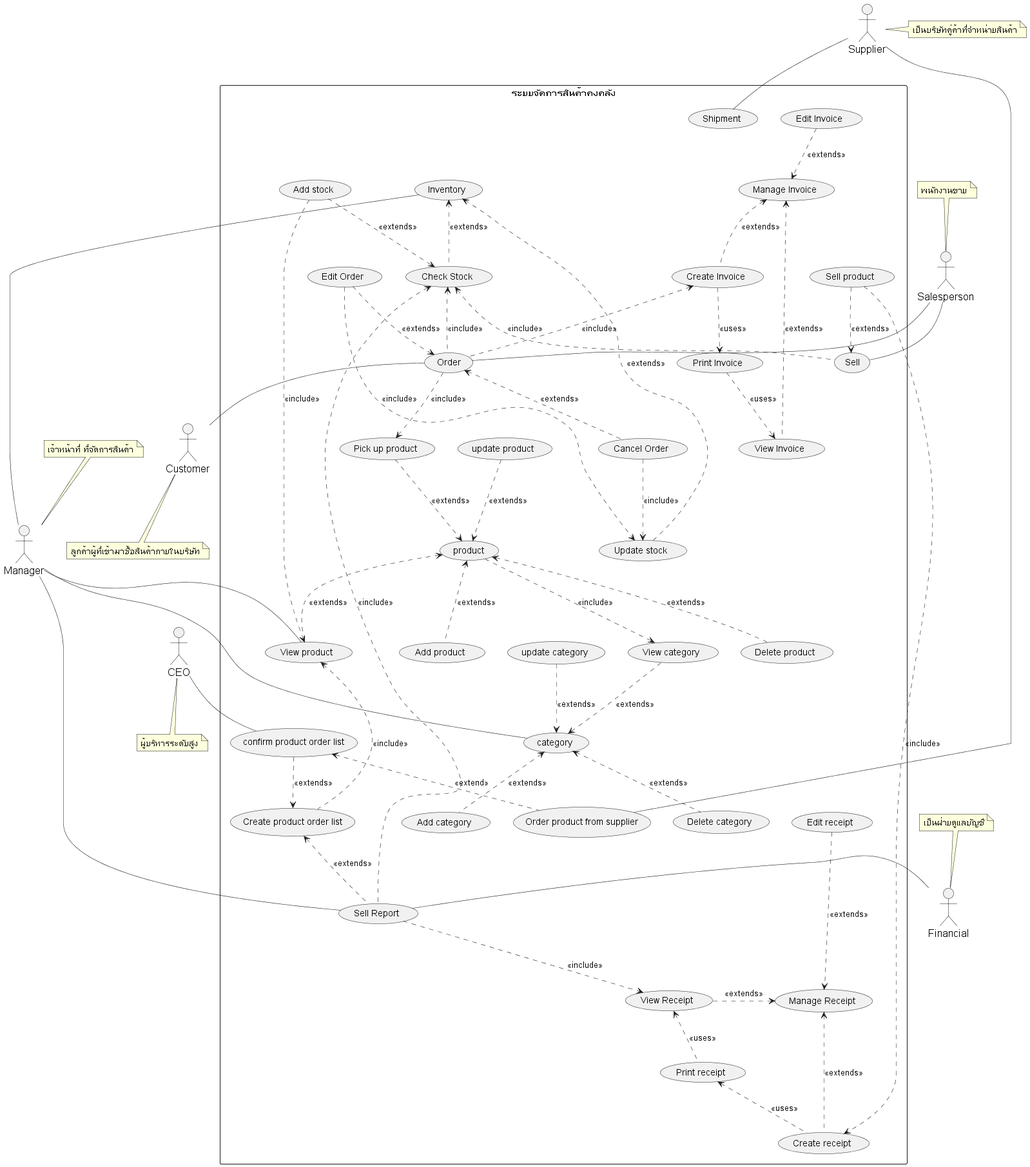
This is out/system-analysis/usecase-diagram/usecase-diagram/usecase-diagram.png from billowdev/inventory-system-plantuml-sequelize-seeder-example, a PlantUML export, as it was before one commit. Source of this version:
```plantuml
@startuml
skinparam sequence {

    ParticipantFontName Thai
    ParticipantFontSize 16

    ActorFontColor black
    ActorFontSize 16
    ActorFontName Thai
}



skinparam Arrow{
    Thickness .6
}
skinparam Participant{
    FontColor #efefef
    BorderColor #c0c0c0
}
skinparam Sequence{
    ParticipantBorderThickness .5
    LifeLineBorderColor #8a8a8a
}

actor Customer as actorCustomer
note bottom of actorCustomer : ลูกค้าผู้ที่เข้ามาซื้อสินค้าภายในบริษัท
actor Manager as actorManager
note top of actorManager : เจ้าหน้าที่ ที่จัดการสินค้า
actor Supplier as actorSupplier
note right of actorSupplier : เป็นบริษัทคู่ค้าที่จำหน่ายสินค้า
actor Financial as actorFinancial
note top of actorFinancial : เป็นฝ่ายดูแลบัญชี

actor Salesperson as actorSalesperson
note top of actorSalesperson : พนักงานขาย

actor CEO as actorCEO
note bottom of actorCEO : ผู้บริหารระดับสูง


rectangle "ระบบจัดการสินค้าคงคลัง" as stockSystem {

    usecase (Sell) as (usecaseSell)

    usecase (Sell Report) as (usecaseSellReport)

    usecase (Sell product) as (usecaseSellProduct)

    usecase (Manage Receipt) as (usecaseReceipt)
    usecase (View Receipt) as (usecaseViewReceipt)
    usecase (Print receipt) as (usecasePrintReceipt)
    usecase (Edit receipt) as (usecaseEditReceipt)
    usecase (Create receipt) as (usecaseCreateReceipt)

    usecase (Manage Invoice) as (usecaseInvoice)
    usecase (View Invoice) as (usecaseViewInvoice)
    usecase (Create Invoice) as (usecaseCreateInvoice)
    usecase (Edit Invoice) as (usecaseEditInvoice)
    usecase (Print Invoice) as (usecasePrintInvoice)


    usecase (Order) as (usecaseOrder)
    usecase (Edit Order) as (usecaseEditOrder)
    usecase (Cancel Order) as (usecaseDeleteOrder)

    usecase (Order product from supplier) as (usecaseOrderProductFromSupplier)
    usecase (Create product order list) as (usecaseCreateProductOrderList)
    usecase (confirm product order list) as (usecaseConfirmOrderList)

    usecase (Inventory) as (usecaseInventory)
    usecase (Check Stock) as (usecaseCheckStock)
    usecase (Add stock) as (usecaseAddStock)
    usecase (Update stock) as (usecaseUpdateStock)

    usecase (product) as (usecaseProduct)
    usecase (View product) as (usecaseViewProduct)
    usecase (Add product) as (usecaseAddProduct)
    usecase (update product) as (usecaseUpdateProduct)
    usecase (Delete product) as (usecaseDeleteProduct)
    usecase (Pick up product) as (usecasePickUpProduct)

    usecase (category) as (usecaseCategory)
    usecase (View category) as (usecaseViewCategory)
    usecase (Add category) as (usecaseAddCategory)
    usecase (update category) as (usecaseUpdateCategory)
    usecase (Delete category) as (usecaseDeleteCategory)


    usecase (Shipment) as (usecaseShipment)




    actorManager -- (usecaseViewProduct)
    (usecaseProduct) <.. (usecaseAddProduct)  : <<extends>>
    (usecaseUpdateProduct) ..> (usecaseProduct) : <<extends>>
    (usecaseProduct) <.. (usecaseDeleteProduct)  : <<extends>>
    (usecasePickUpProduct) ..> (usecaseProduct) : <<extends>>
    (usecaseProduct) <.. (usecaseViewProduct) : <<extends>>

    (usecaseProduct) ..> (usecaseViewCategory) : <<include>>


    actorManager -- (usecaseCategory)
    (usecaseCategory) <.. (usecaseAddCategory)  : <<extends>>
    (usecaseUpdateCategory) ..> (usecaseCategory) : <<extends>>
    (usecaseCategory) <.. (usecaseDeleteCategory)  : <<extends>>
    (usecaseViewCategory)  ..> (usecaseCategory) : <<extends>>


    actorSupplier -down- (usecaseShipment)
    (usecaseInventory) - actorManager

    (usecaseAddStock) ..> (usecaseCheckStock) : <<extends>>
    (usecaseAddStock) ..> (usecaseViewProduct) : <<include>>
    (usecaseUpdateStock) ..> (usecaseInventory) : <<extends>>
    (usecaseInventory) <.. (usecaseCheckStock) : <<extends>>

    (usecaseSellProduct) ..> (usecaseSell) : <<extends>>
    (usecaseCheckStock) <.. (usecaseSell)    : <<include>>

    (usecaseSellProduct)  ..> (usecaseCreateReceipt) : <<include>>

    actorSalesperson - (usecaseSell)

    (usecaseOrder) ..> (usecasePickUpProduct) : <<include>>

    (usecaseCheckStock) <.. (usecaseOrder) : <<include>>

    (usecaseOrder) <.. (usecaseDeleteOrder) : <<extends>>
    (usecaseEditOrder) ..> (usecaseOrder) : <<extends>>
    (usecaseEditOrder) ..> (usecaseUpdateStock) : <<include>>
    (usecaseDeleteOrder) ..> (usecaseUpdateStock) : <<include>>
    (usecaseCreateInvoice) <.. (usecaseOrder) : <<include>>

    actorSalesperson -- (usecaseOrder)
    (usecaseOrder) -- actorCustomer

    (usecaseInvoice) <.. (usecaseViewInvoice) : <<extends>>
    (usecaseInvoice)  <..   (usecaseCreateInvoice): <<extends>>
    (usecaseEditInvoice) ..> (usecaseInvoice) : <<extends>>

    (usecaseCreateInvoice) ..> (usecasePrintInvoice) : <<uses>>
    (usecasePrintInvoice) ..> (usecaseViewInvoice) : <<uses>>

    (usecaseCreateReceipt) .up.> (usecaseReceipt) : <<extends>>
    (usecaseViewReceipt) .> (usecaseReceipt) : <<extends>>
    (usecaseEditReceipt) ...> (usecaseReceipt) : <<extends>>
    (usecaseCreateReceipt) .up.> (usecasePrintReceipt) : <<uses>>
    (usecaseViewReceipt)  <..   (usecasePrintReceipt): <<uses>>


    actorManager -- (usecaseSellReport)
    actorFinancial -right- (usecaseSellReport)



    (usecaseSellReport) ..> (usecaseViewReceipt)    : <<include>>
    (usecaseCheckStock)  <.. (usecaseSellReport)  : <<include>>
    (usecaseCreateProductOrderList) <..  (usecaseSellReport)   : <<extends>>

    (usecaseViewProduct) <... (usecaseCreateProductOrderList) : <<include>>
    (usecaseConfirmOrderList) ..> (usecaseCreateProductOrderList) : <<extends>>
    (usecaseConfirmOrderList) <.. (usecaseOrderProductFromSupplier) : <<extend>>
    actorSupplier -- (usecaseOrderProductFromSupplier)



    actorCEO -- (usecaseConfirmOrderList)




}

@enduml
```
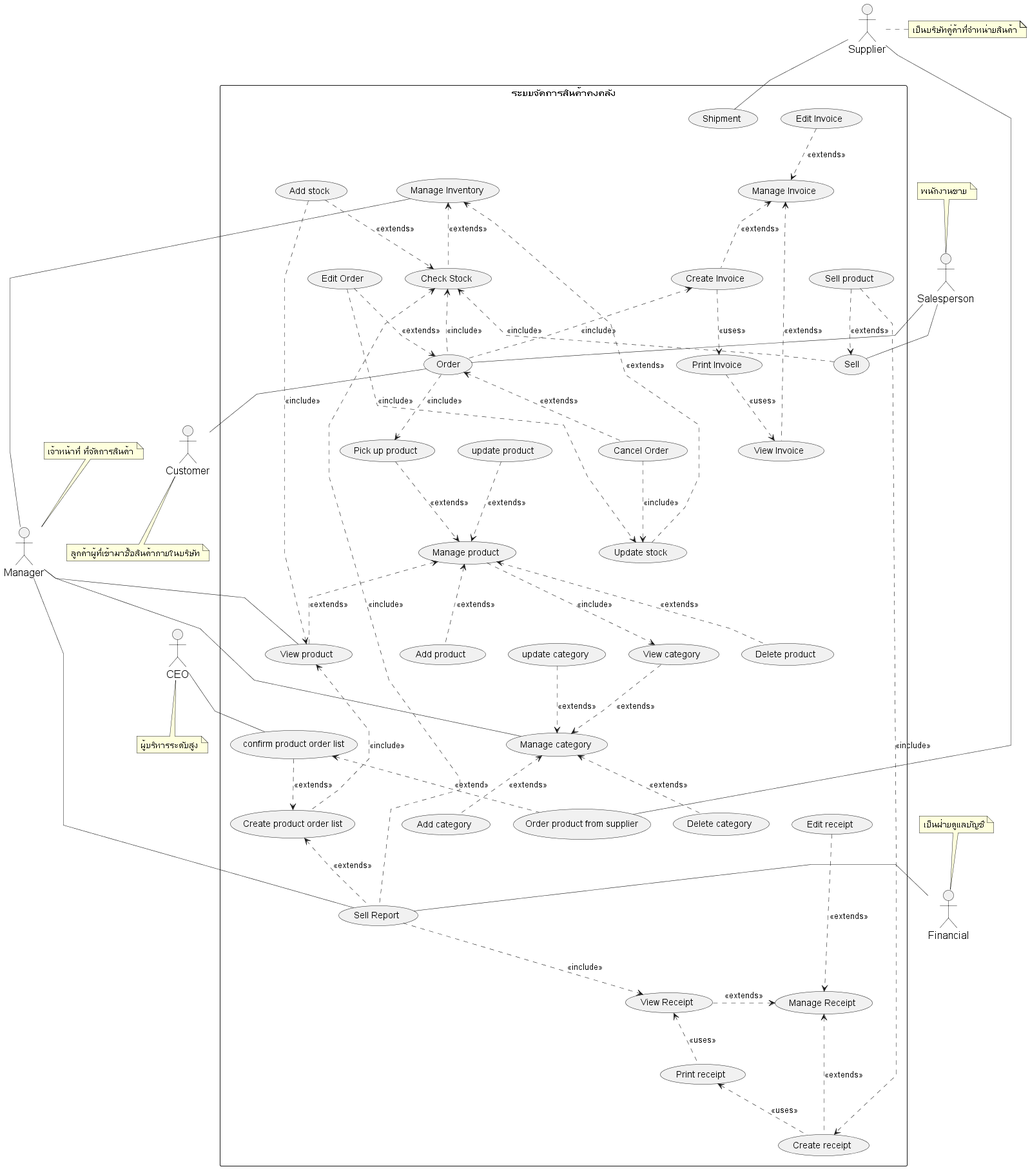
Later version of the same file.

The edit, as a diff of the source:
```diff
@@ -1,15 +1,16 @@
 @startuml
+
 skinparam sequence {
 
     ParticipantFontName Thai
     ParticipantFontSize 16
 
-    ActorFontColor black
     ActorFontSize 16
     ActorFontName Thai
 }
 
 
+skinparam linetype polyline
 
 skinparam Arrow{
     Thickness .6
@@ -68,19 +69,19 @@
     usecase (Create product order list) as (usecaseCreateProductOrderList)
     usecase (confirm product order list) as (usecaseConfirmOrderList)
 
-    usecase (Inventory) as (usecaseInventory)
+    usecase (Manage Inventory) as (usecaseInventory)
     usecase (Check Stock) as (usecaseCheckStock)
     usecase (Add stock) as (usecaseAddStock)
     usecase (Update stock) as (usecaseUpdateStock)
 
-    usecase (product) as (usecaseProduct)
+    usecase (Manage product) as (usecaseProduct)
     usecase (View product) as (usecaseViewProduct)
     usecase (Add product) as (usecaseAddProduct)
     usecase (update product) as (usecaseUpdateProduct)
     usecase (Delete product) as (usecaseDeleteProduct)
     usecase (Pick up product) as (usecasePickUpProduct)
 
-    usecase (category) as (usecaseCategory)
+    usecase (Manage category) as (usecaseCategory)
     usecase (View category) as (usecaseViewCategory)
     usecase (Add category) as (usecaseAddCategory)
     usecase (update category) as (usecaseUpdateCategory)
```
